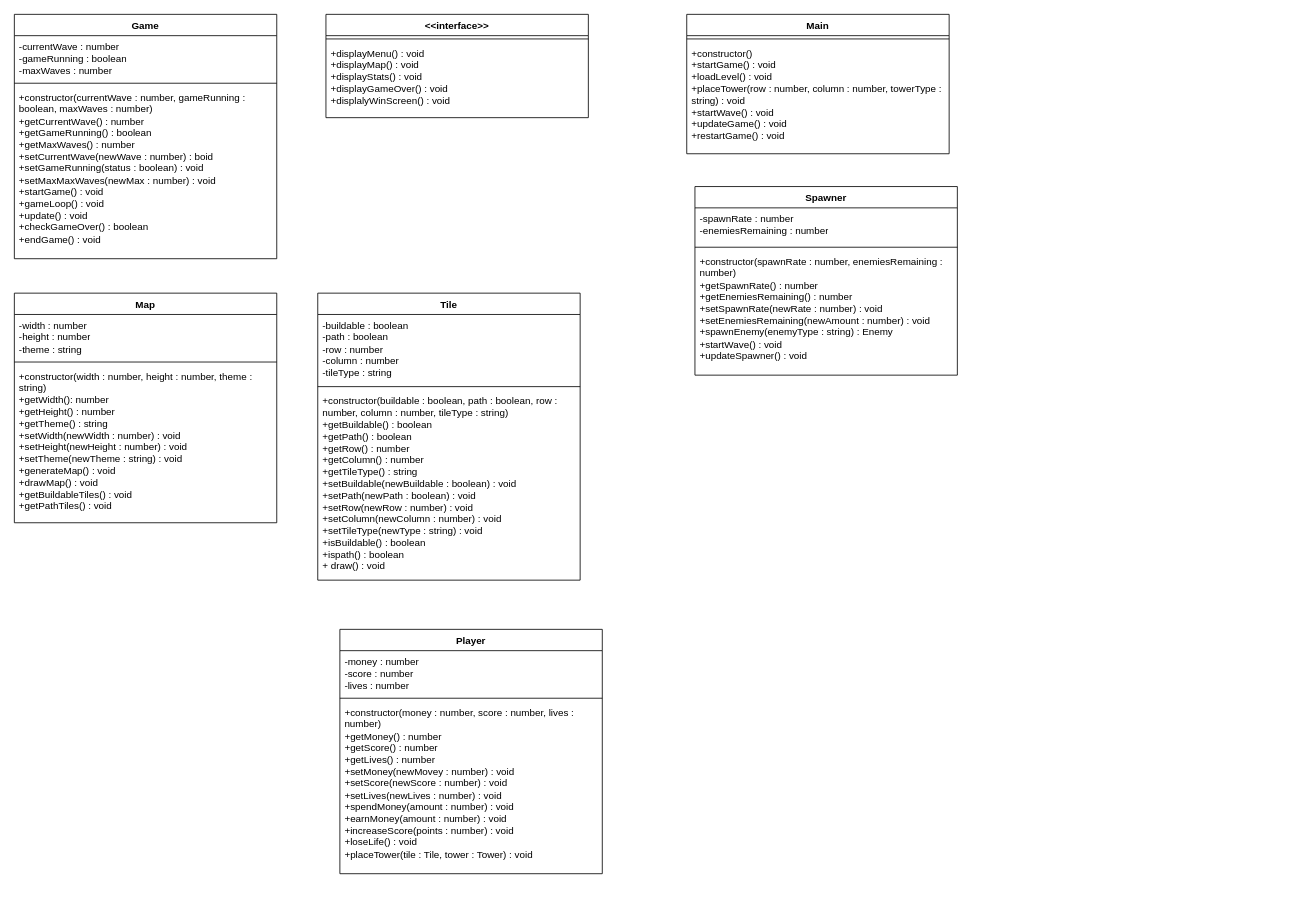
Above: Unit 2 Ben and Max UML diagram.drawio in 348853375-dev/Unit-2-Project---Tower-defence-game---Ben-and-Max (draw.io), before the change. Source tidied: cells renumbered, new cells numbered last; positions are measured from the earlier drawing's top-left corner, leaving out a move shared by most shapes. Both pictures are drawn from the tidied source at 82%, with x=0, y=0 at pixel (14, 14).
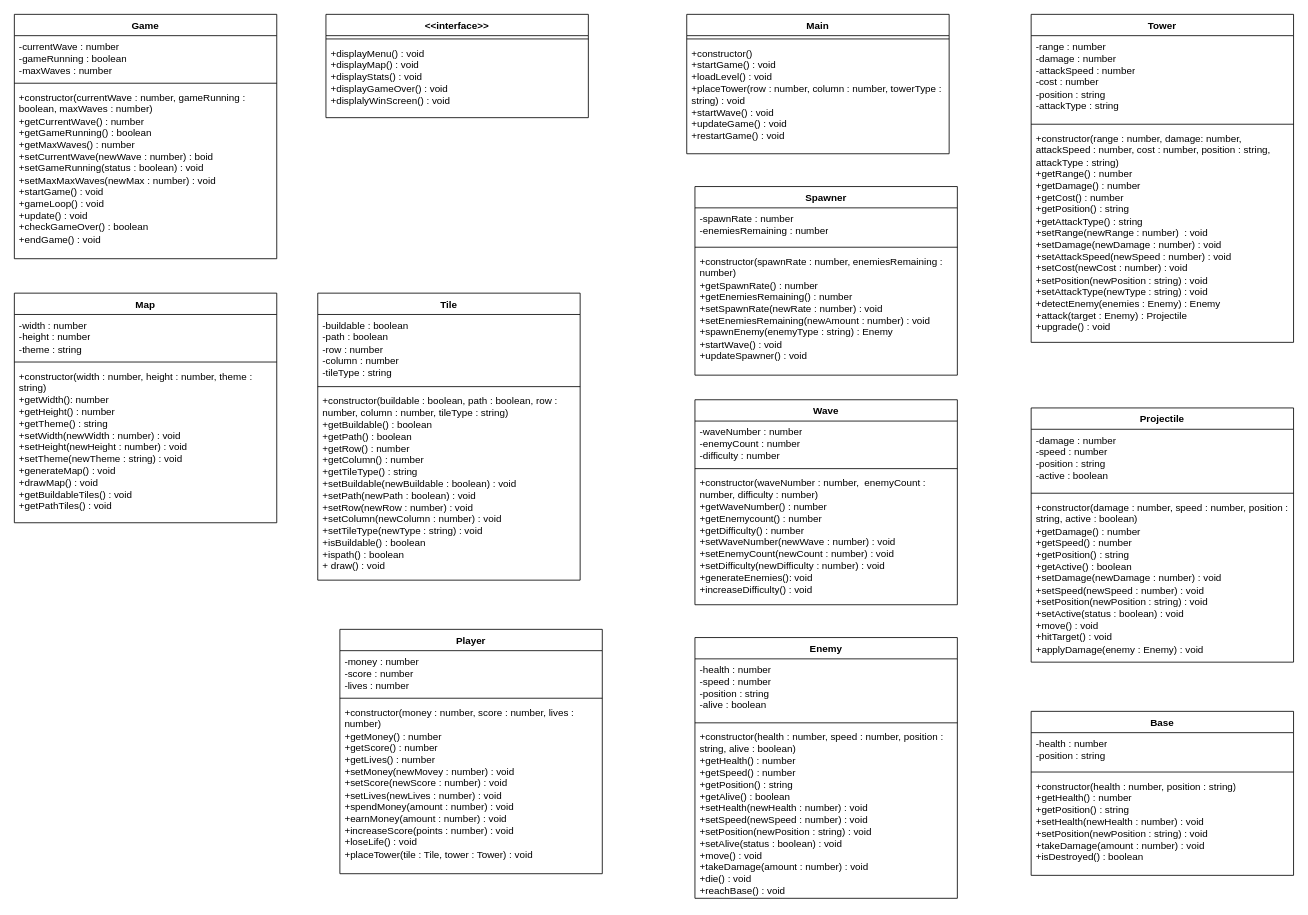
After the change.

Commit message:
Completed Wave, Enemy, Tower, Projectile, Base

What changed in the source:
```diff
@@
+    <mxCell id="28" value="Wave" style="swimlane;fontStyle=1;align=center;verticalAlign=top;horizontal=1;startSize=26;whiteSpace=wrap;html=1;" parent="1" vertex="1">
+      <mxGeometry x="830" y="470" width="320" height="250" as="geometry" />
+    </mxCell>
+    <mxCell id="29" value="-waveNumber : number&lt;div&gt;-enemyCount : number&lt;/div&gt;&lt;div&gt;-difficulty : number&lt;/div&gt;" style="text;strokeColor=none;fillColor=none;align=left;verticalAlign=top;spacingLeft=4;spacingRight=4;overflow=hidden;whiteSpace=wrap;html=1;" parent="28" vertex="1">
+      <mxGeometry y="26" width="320" height="54" as="geometry" />
+    </mxCell>
+    <mxCell id="30" style="line;strokeWidth=1;fillColor=none;align=left;verticalAlign=middle;spacingTop=-1;spacingLeft=3;spacingRight=3;labelPosition=right;strokeColor=inherit;" parent="28" vertex="1">
+      <mxGeometry y="80" width="320" height="8" as="geometry" />
+    </mxCell>
+    <mxCell id="31" value="+constructor(waveNumber : number,&amp;nbsp; enemyCount : number, difficulty : number)&lt;div&gt;+getWaveNumber() : number&lt;/div&gt;&lt;div&gt;+getEnemycount() : number&lt;/div&gt;&lt;div&gt;+getDifficulty() : number&lt;/div&gt;&lt;div&gt;+setWaveNumber(newWave : number) : void&lt;/div&gt;&lt;div&gt;+setEnemyCount(newCount : number) : void&lt;/div&gt;&lt;div&gt;+setDifficulty(newDifficulty : number) : void&lt;/div&gt;&lt;div&gt;+generateEnemies(): void&lt;/div&gt;&lt;div&gt;+increaseDifficulty() : void&lt;/div&gt;" style="text;strokeColor=none;fillColor=none;align=left;verticalAlign=top;spacingLeft=4;spacingRight=4;overflow=hidden;whiteSpace=wrap;html=1;" parent="28" vertex="1">
+      <mxGeometry y="88" width="320" height="162" as="geometry" />
+    </mxCell>
+    <mxCell id="32" value="Enemy" style="swimlane;fontStyle=1;align=center;verticalAlign=top;horizontal=1;startSize=26;whiteSpace=wrap;html=1;" parent="1" vertex="1">
+      <mxGeometry x="830" y="760" width="320" height="318" as="geometry" />
+    </mxCell>
+    <mxCell id="33" value="-health : number&lt;div&gt;-speed : number&lt;/div&gt;&lt;div&gt;-position : string&lt;/div&gt;&lt;div&gt;-alive : boolean&lt;/div&gt;" style="text;strokeColor=none;fillColor=none;align=left;verticalAlign=top;spacingLeft=4;spacingRight=4;overflow=hidden;whiteSpace=wrap;html=1;" parent="32" vertex="1">
+      <mxGeometry y="26" width="320" height="74" as="geometry" />
+    </mxCell>
+    <mxCell id="34" style="line;strokeWidth=1;fillColor=none;align=left;verticalAlign=middle;spacingTop=-1;spacingLeft=3;spacingRight=3;labelPosition=right;strokeColor=inherit;" parent="32" vertex="1">
+      <mxGeometry y="100" width="320" height="8" as="geometry" />
+    </mxCell>
+    <mxCell id="35" value="+constructor(health : number, speed : number, position : string, alive : boolean)&lt;div&gt;+getHealth() : number&lt;/div&gt;&lt;div&gt;+getSpeed() : number&lt;/div&gt;&lt;div&gt;+getPosition() : string&lt;/div&gt;&lt;div&gt;+getAlive() : boolean&lt;/div&gt;&lt;div&gt;+setHealth(newHealth : number) : void&lt;/div&gt;&lt;div&gt;+setSpeed(newSpeed : number) : void&lt;/div&gt;&lt;div&gt;+setPosition(newPosition : string) : void&lt;/div&gt;&lt;div&gt;+setAlive(status : boolean) : void&lt;/div&gt;&lt;div&gt;+move() : void&lt;/div&gt;&lt;div&gt;+takeDamage(amount : number) : void&lt;/div&gt;&lt;div&gt;+die() : void&lt;/div&gt;&lt;div&gt;+reachBase() : void&lt;/div&gt;&lt;div&gt;&lt;br&gt;&lt;/div&gt;" style="text;strokeColor=none;fillColor=none;align=left;verticalAlign=top;spacingLeft=4;spacingRight=4;overflow=hidden;whiteSpace=wrap;html=1;" parent="32" vertex="1">
+      <mxGeometry y="108" width="320" height="210" as="geometry" />
+    </mxCell>
+    <mxCell id="36" value="Tower" style="swimlane;fontStyle=1;align=center;verticalAlign=top;horizontal=1;startSize=26;whiteSpace=wrap;html=1;" parent="1" vertex="1">
+      <mxGeometry x="1240" width="320" height="400" as="geometry" />
+    </mxCell>
+    <mxCell id="37" value="-range : number&lt;div&gt;-damage : number&lt;/div&gt;&lt;div&gt;-attackSpeed : number&lt;/div&gt;&lt;div&gt;-cost : number&lt;/div&gt;&lt;div&gt;-position : string&lt;/div&gt;&lt;div&gt;-attackType : string&lt;/div&gt;" style="text;strokeColor=none;fillColor=none;align=left;verticalAlign=top;spacingLeft=4;spacingRight=4;overflow=hidden;whiteSpace=wrap;html=1;" parent="36" vertex="1">
+      <mxGeometry y="26" width="320" height="104" as="geometry" />
+    </mxCell>
+    <mxCell id="38" style="line;strokeWidth=1;fillColor=none;align=left;verticalAlign=middle;spacingTop=-1;spacingLeft=3;spacingRight=3;labelPosition=right;strokeColor=inherit;" parent="36" vertex="1">
+      <mxGeometry y="130" width="320" height="8" as="geometry" />
+    </mxCell>
+    <mxCell id="39" value="+constructor(range : number, damage: number, attackSpeed : number, cost : number, position : string, attackType : string)&lt;div&gt;+getRange() : number&lt;/div&gt;&lt;div&gt;+getDamage() : number&lt;/div&gt;&lt;div&gt;+getCost() : number&lt;/div&gt;&lt;div&gt;+getPosition() : string&lt;/div&gt;&lt;div&gt;+getAttackType() : string&lt;/div&gt;&lt;div&gt;+setRange(newRange : number)&amp;nbsp; : void&lt;/div&gt;&lt;div&gt;+setDamage(newDamage : number) : void&lt;/div&gt;&lt;div&gt;+setAttackSpeed(newSpeed : number) : void&lt;/div&gt;&lt;div&gt;+setCost(newCost : number) : void&lt;/div&gt;&lt;div&gt;+setPosition(newPosition : string) : void&lt;/div&gt;&lt;div&gt;+setAttackType(newType : string) : void&lt;/div&gt;&lt;div&gt;+detectEnemy(enemies : Enemy) : Enemy&lt;/div&gt;&lt;div&gt;+attack(target : Enemy) : Projectile&lt;/div&gt;&lt;div&gt;+upgrade() : void&lt;/div&gt;" style="text;strokeColor=none;fillColor=none;align=left;verticalAlign=top;spacingLeft=4;spacingRight=4;overflow=hidden;whiteSpace=wrap;html=1;" parent="36" vertex="1">
+      <mxGeometry y="138" width="320" height="262" as="geometry" />
+    </mxCell>
+    <mxCell id="40" value="Projectile" style="swimlane;fontStyle=1;align=center;verticalAlign=top;horizontal=1;startSize=26;whiteSpace=wrap;html=1;" parent="1" vertex="1">
+      <mxGeometry x="1240" y="480" width="320" height="310" as="geometry" />
+    </mxCell>
+    <mxCell id="41" value="-damage : number&lt;div&gt;-speed : number&lt;/div&gt;&lt;div&gt;-position : string&lt;/div&gt;&lt;div&gt;-active : boolean&lt;/div&gt;&lt;div&gt;&lt;br&gt;&lt;/div&gt;" style="text;strokeColor=none;fillColor=none;align=left;verticalAlign=top;spacingLeft=4;spacingRight=4;overflow=hidden;whiteSpace=wrap;html=1;" parent="40" vertex="1">
+      <mxGeometry y="26" width="320" height="74" as="geometry" />
+    </mxCell>
+    <mxCell id="42" style="line;strokeWidth=1;fillColor=none;align=left;verticalAlign=middle;spacingTop=-1;spacingLeft=3;spacingRight=3;labelPosition=right;strokeColor=inherit;" parent="40" vertex="1">
+      <mxGeometry y="100" width="320" height="8" as="geometry" />
+    </mxCell>
+    <mxCell id="43" value="+constructor(damage : number, speed : number, position : string, active : boolean)&lt;div&gt;+getDamage() : number&lt;/div&gt;&lt;div&gt;+getSpeed() : number&lt;/div&gt;&lt;div&gt;+getPosition() : string&lt;/div&gt;&lt;div&gt;+getActive() : boolean&lt;/div&gt;&lt;div&gt;+setDamage(newDamage : number) : void&lt;/div&gt;&lt;div&gt;+setSpeed(newSpeed : number) : void&lt;/div&gt;&lt;div&gt;+setPosition(newPosition : string) : void&lt;/div&gt;&lt;div&gt;+setActive(status : boolean) : void&lt;/div&gt;&lt;div&gt;+move() : void&lt;/div&gt;&lt;div&gt;+hitTarget() : void&lt;/div&gt;&lt;div&gt;+applyDamage(enemy : Enemy) : void&lt;/div&gt;" style="text;strokeColor=none;fillColor=none;align=left;verticalAlign=top;spacingLeft=4;spacingRight=4;overflow=hidden;whiteSpace=wrap;html=1;" parent="40" vertex="1">
+      <mxGeometry y="108" width="320" height="202" as="geometry" />
+    </mxCell>
+    <mxCell id="44" value="Base" style="swimlane;fontStyle=1;align=center;verticalAlign=top;horizontal=1;startSize=26;whiteSpace=wrap;html=1;" parent="1" vertex="1">
+      <mxGeometry x="1240" y="850" width="320" height="200" as="geometry" />
+    </mxCell>
+    <mxCell id="45" value="-health : number&lt;div&gt;-position : string&lt;/div&gt;" style="text;strokeColor=none;fillColor=none;align=left;verticalAlign=top;spacingLeft=4;spacingRight=4;overflow=hidden;whiteSpace=wrap;html=1;" parent="44" vertex="1">
+      <mxGeometry y="26" width="320" height="44" as="geometry" />
+    </mxCell>
+    <mxCell id="46" style="line;strokeWidth=1;fillColor=none;align=left;verticalAlign=middle;spacingTop=-1;spacingLeft=3;spacingRight=3;labelPosition=right;strokeColor=inherit;" parent="44" vertex="1">
+      <mxGeometry y="70" width="320" height="8" as="geometry" />
+    </mxCell>
+    <mxCell id="47" value="&lt;div&gt;&lt;div&gt;&lt;div&gt;+constructor(health : number, position : string)&lt;/div&gt;&lt;/div&gt;&lt;/div&gt;&lt;div&gt;+getHealth() : number&lt;/div&gt;&lt;div&gt;+getPosition() : string&lt;/div&gt;&lt;div&gt;+setHealth(newHealth : number) : void&lt;/div&gt;&lt;div&gt;+setPosition(newPosition : string) : void&lt;/div&gt;&lt;div&gt;+takeDamage(amount : number) : void&lt;/div&gt;&lt;div&gt;+isDestroyed() : boolean&lt;/div&gt;" style="text;strokeColor=none;fillColor=none;align=left;verticalAlign=top;spacingLeft=4;spacingRight=4;overflow=hidden;whiteSpace=wrap;html=1;" parent="44" vertex="1">
+      <mxGeometry y="78" width="320" height="122" as="geometry" />
+    </mxCell>
```
